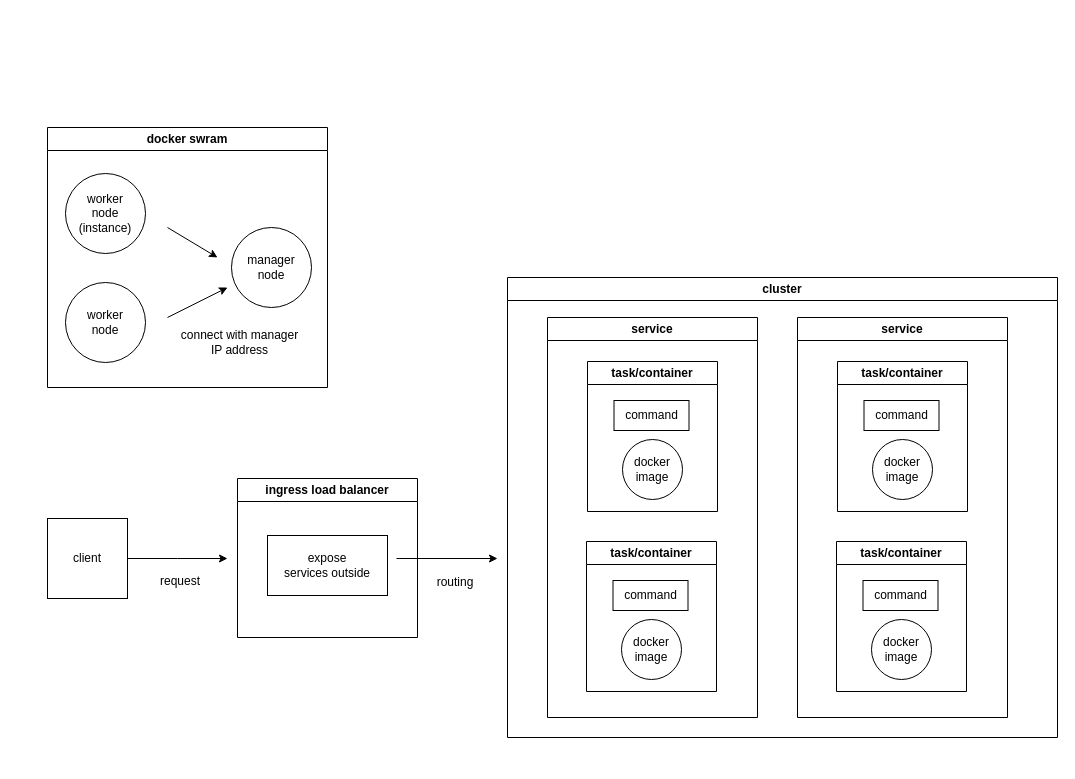
This is pkg/infra/docker/_doc/docker-swarm.drawio from developerasun/web3-snippets, a draw.io file, before an edit. Source tidied: cells renumbered, new cells numbered last; positions are measured from the earlier drawing's top-left corner, leaving out a move shared by most shapes. Both pictures are drawn from the tidied source at 100%, with x=0, y=0 at pixel (47, 127).
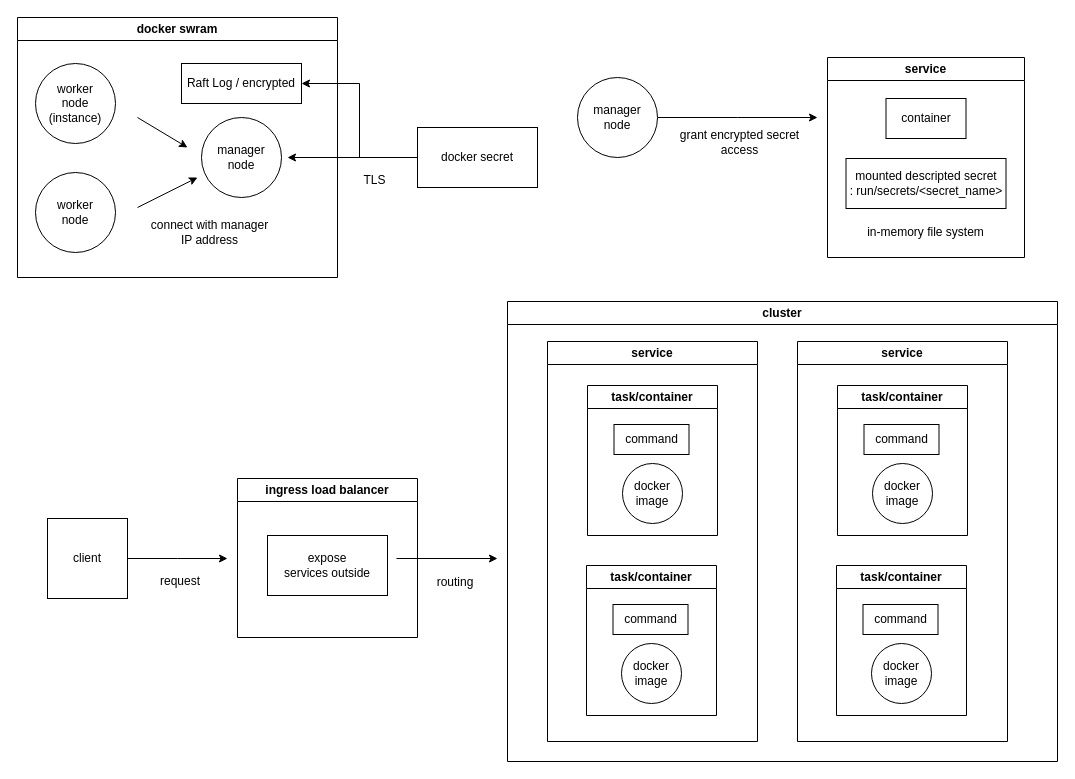
The same diagram, later.

Commit message:
update docker swarm arch

Diff of the diagram source:
```diff
@@
     <mxCell id="2" value="docker swram" style="swimlane;whiteSpace=wrap;html=1;" parent="1" vertex="1">
-      <mxGeometry width="280" height="260" as="geometry" />
+      <mxGeometry x="-30" y="-110" width="320" height="260" as="geometry" />
     </mxCell>
@@
+    <mxCell id="31" value="Raft Log / encrypted" style="rounded=0;whiteSpace=wrap;html=1;" parent="2" vertex="1">
+      <mxGeometry x="164" y="46" width="120" height="40" as="geometry" />
+    </mxCell>
     <mxCell id="7" value="cluster" style="swimlane;whiteSpace=wrap;html=1;" parent="1" vertex="1">
-      <mxGeometry x="460" y="150" width="550" height="460" as="geometry" />
+      <mxGeometry x="460" y="174" width="550" height="460" as="geometry" />
     </mxCell>
@@
     <mxCell id="29" style="endArrow=classic;html=1;rounded=0;" parent="1" edge="1">
       <mxGeometry relative="1" as="geometry">
-        <mxPoint x="120" y="100" as="sourcePoint" />
-        <mxPoint x="170" y="130" as="targetPoint" />
+        <mxPoint x="90" y="-10" as="sourcePoint" />
+        <mxPoint x="140" y="20" as="targetPoint" />
       </mxGeometry>
     </mxCell>
     <mxCell id="30" style="endArrow=classic;html=1;rounded=0;" parent="1" edge="1">
       <mxGeometry relative="1" as="geometry">
-        <mxPoint x="120" y="190" as="sourcePoint" />
-        <mxPoint x="180" y="160" as="targetPoint" />
+        <mxPoint x="90" y="80" as="sourcePoint" />
+        <mxPoint x="150" y="50" as="targetPoint" />
       </mxGeometry>
     </mxCell>
+    <mxCell id="32" style="edgeStyle=orthogonalEdgeStyle;rounded=0;jettySize=auto;html=1;" parent="1" edge="1" source="34">
+      <mxGeometry relative="1" as="geometry">
+        <mxPoint x="240" y="30" as="targetPoint" />
+      </mxGeometry>
+    </mxCell>
+    <mxCell id="33" style="edgeStyle=orthogonalEdgeStyle;rounded=0;jettySize=auto;html=1;entryX=1;entryY=0.5;entryDx=0;entryDy=0;" parent="1" edge="1" source="34" target="31">
+      <mxGeometry relative="1" as="geometry" />
+    </mxCell>
+    <mxCell id="34" value="docker secret" style="rounded=0;whiteSpace=wrap;html=1;" parent="1" vertex="1">
+      <mxGeometry x="370" width="120" height="60" as="geometry" />
+    </mxCell>
+    <mxCell id="35" value="TLS" style="text;html=1;strokeColor=none;fillColor=none;align=center;verticalAlign=middle;whiteSpace=wrap;rounded=0;" parent="1" vertex="1">
+      <mxGeometry x="299.5" y="38" width="54.5" height="30" as="geometry" />
+    </mxCell>
+    <mxCell id="36" style="edgeStyle=orthogonalEdgeStyle;rounded=0;jettySize=auto;html=1;" parent="1" edge="1" source="37">
+      <mxGeometry relative="1" as="geometry">
+        <mxPoint x="770" y="-10" as="targetPoint" />
+      </mxGeometry>
+    </mxCell>
+    <mxCell id="37" value="manager&lt;br&gt;node" style="ellipse;whiteSpace=wrap;html=1;" parent="1" vertex="1">
+      <mxGeometry x="530" y="-50" width="80" height="80" as="geometry" />
+    </mxCell>
+    <mxCell id="38" value="grant encrypted secret access" style="text;html=1;strokeColor=none;fillColor=none;align=center;verticalAlign=middle;whiteSpace=wrap;rounded=0;" parent="1" vertex="1">
+      <mxGeometry x="630" width="125" height="30" as="geometry" />
+    </mxCell>
+    <mxCell id="39" value="service" style="swimlane;whiteSpace=wrap;html=1;" parent="1" vertex="1">
+      <mxGeometry x="780" y="-70" width="197" height="200" as="geometry" />
+    </mxCell>
+    <mxCell id="40" value="container" style="rounded=0;whiteSpace=wrap;html=1;" parent="39" vertex="1">
+      <mxGeometry x="58.5" y="41" width="80" height="40" as="geometry" />
+    </mxCell>
+    <mxCell id="41" value="mounted descripted secret&lt;br&gt;: run/secrets/&amp;lt;secret_name&amp;gt;" style="rounded=0;whiteSpace=wrap;html=1;" parent="39" vertex="1">
+      <mxGeometry x="18.5" y="101" width="160" height="50" as="geometry" />
+    </mxCell>
+    <mxCell id="42" value="in-memory file system" style="text;html=1;strokeColor=none;fillColor=none;align=center;verticalAlign=middle;whiteSpace=wrap;rounded=0;" parent="39" vertex="1">
+      <mxGeometry x="36" y="160" width="125" height="30" as="geometry" />
+    </mxCell>
```
